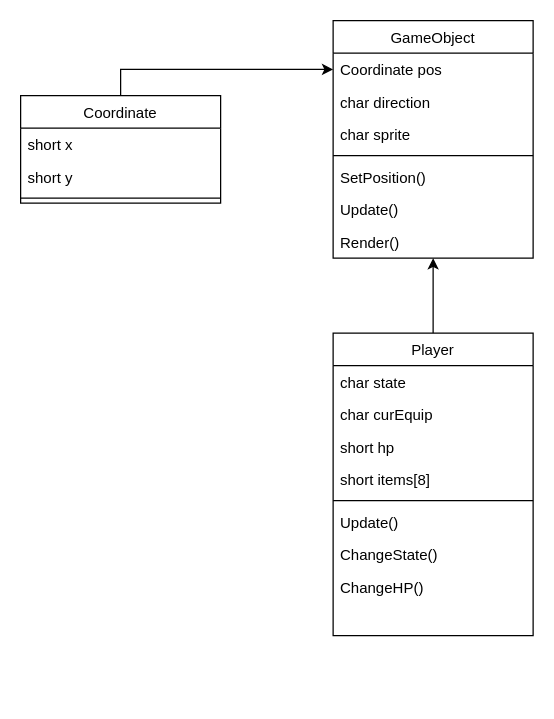
The draw.io diagram client_class_diagram.drawio in kakik/agari, before the edit. Source tidied: cells renumbered, new cells numbered last; positions are measured from the earlier drawing's top-left corner, leaving out a move shared by most shapes. Both pictures are drawn from the tidied source at 125%, with x=0, y=0 at pixel (20, 20).
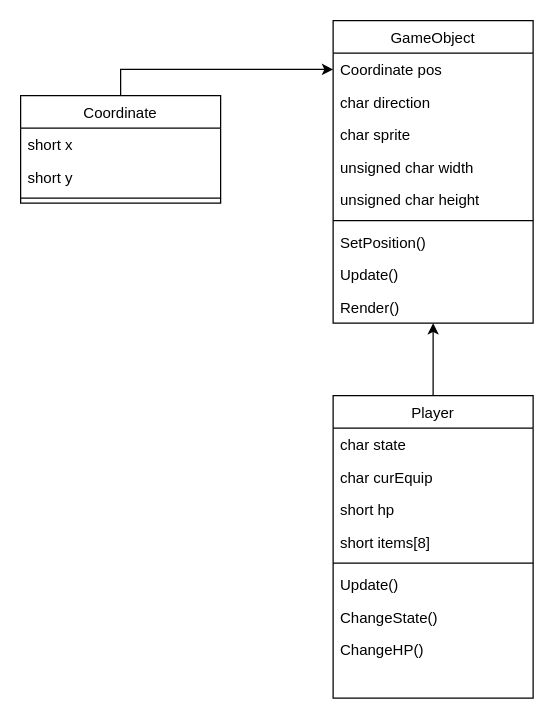
Above is the later version.

Commit message (it also covers changes not shown here):
클래스 다이어그램 변경 / 넷겜플 기획서 1029 버전 추가

Diff of the diagram source:
```diff
@@
     <mxCell id="2" style="edgeStyle=orthogonalEdgeStyle;rounded=0;jettySize=auto;html=1;entryX=0.5;entryY=1;entryDx=0;entryDy=0;" parent="1" edge="1" source="3" target="17">
-      <mxGeometry relative="1" as="geometry" />
+      <mxGeometry relative="1" as="geometry">
+        <Array as="points">
+          <mxPoint x="330" y="280" />
+          <mxPoint x="330" y="280" />
+        </Array>
+      </mxGeometry>
     </mxCell>
     <mxCell id="3" value="Player" style="swimlane;fontStyle=0;align=center;verticalAlign=top;horizontal=1;startSize=26;rounded=0;shadow=0;strokeWidth=1;" parent="1" vertex="1">
-      <mxGeometry x="250" y="250" width="160" height="242" as="geometry" />
+      <mxGeometry x="250" y="300" width="160" height="242" as="geometry" />
     </mxCell>
@@
     <mxCell id="17" value="GameObject" style="swimlane;fontStyle=0;align=center;verticalAlign=top;horizontal=1;startSize=26;rounded=0;shadow=0;strokeWidth=1;" parent="1" vertex="1">
-      <mxGeometry x="250" width="160" height="190" as="geometry" />
+      <mxGeometry x="250" width="160" height="242" as="geometry" />
     </mxCell>
@@
+    <mxCell id="25" value="unsigned char width" style="text;align=left;verticalAlign=top;spacingLeft=4;spacingRight=4;overflow=hidden;" parent="17" vertex="1">
+      <mxGeometry y="104" width="160" height="26" as="geometry" />
+    </mxCell>
+    <mxCell id="26" value="unsigned char height" style="text;align=left;verticalAlign=top;spacingLeft=4;spacingRight=4;overflow=hidden;" parent="17" vertex="1">
+      <mxGeometry y="130" width="160" height="26" as="geometry" />
+    </mxCell>
     <mxCell id="21" style="line;html=1;strokeWidth=1;align=left;verticalAlign=middle;spacingTop=-1;spacingLeft=3;spacingRight=3;labelPosition=right;" parent="17" vertex="1">
-      <mxGeometry y="104" width="160" height="8" as="geometry" />
+      <mxGeometry y="156" width="160" height="8" as="geometry" />
     </mxCell>
     <mxCell id="22" value="SetPosition()" style="text;align=left;verticalAlign=top;spacingLeft=4;spacingRight=4;overflow=hidden;rounded=0;shadow=0;html=0;" parent="17" vertex="1">
-      <mxGeometry y="112" width="160" height="26" as="geometry" />
+      <mxGeometry y="164" width="160" height="26" as="geometry" />
     </mxCell>
     <mxCell id="23" value="Update()" style="text;align=left;verticalAlign=top;spacingLeft=4;spacingRight=4;overflow=hidden;rounded=0;shadow=0;html=0;" parent="17" vertex="1">
-      <mxGeometry y="138" width="160" height="26" as="geometry" />
+      <mxGeometry y="190" width="160" height="26" as="geometry" />
     </mxCell>
     <mxCell id="24" value="Render()" style="text;align=left;verticalAlign=top;spacingLeft=4;spacingRight=4;overflow=hidden;rounded=0;shadow=0;html=0;" parent="17" vertex="1">
-      <mxGeometry y="164" width="160" height="26" as="geometry" />
+      <mxGeometry y="216" width="160" height="26" as="geometry" />
     </mxCell>
```
